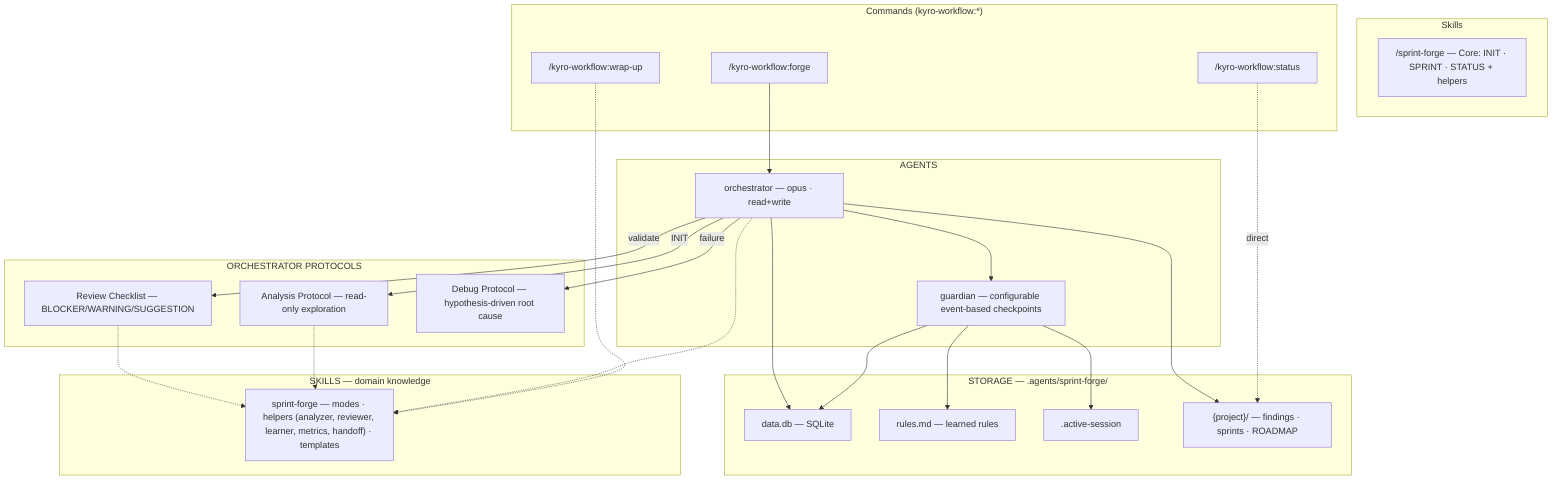
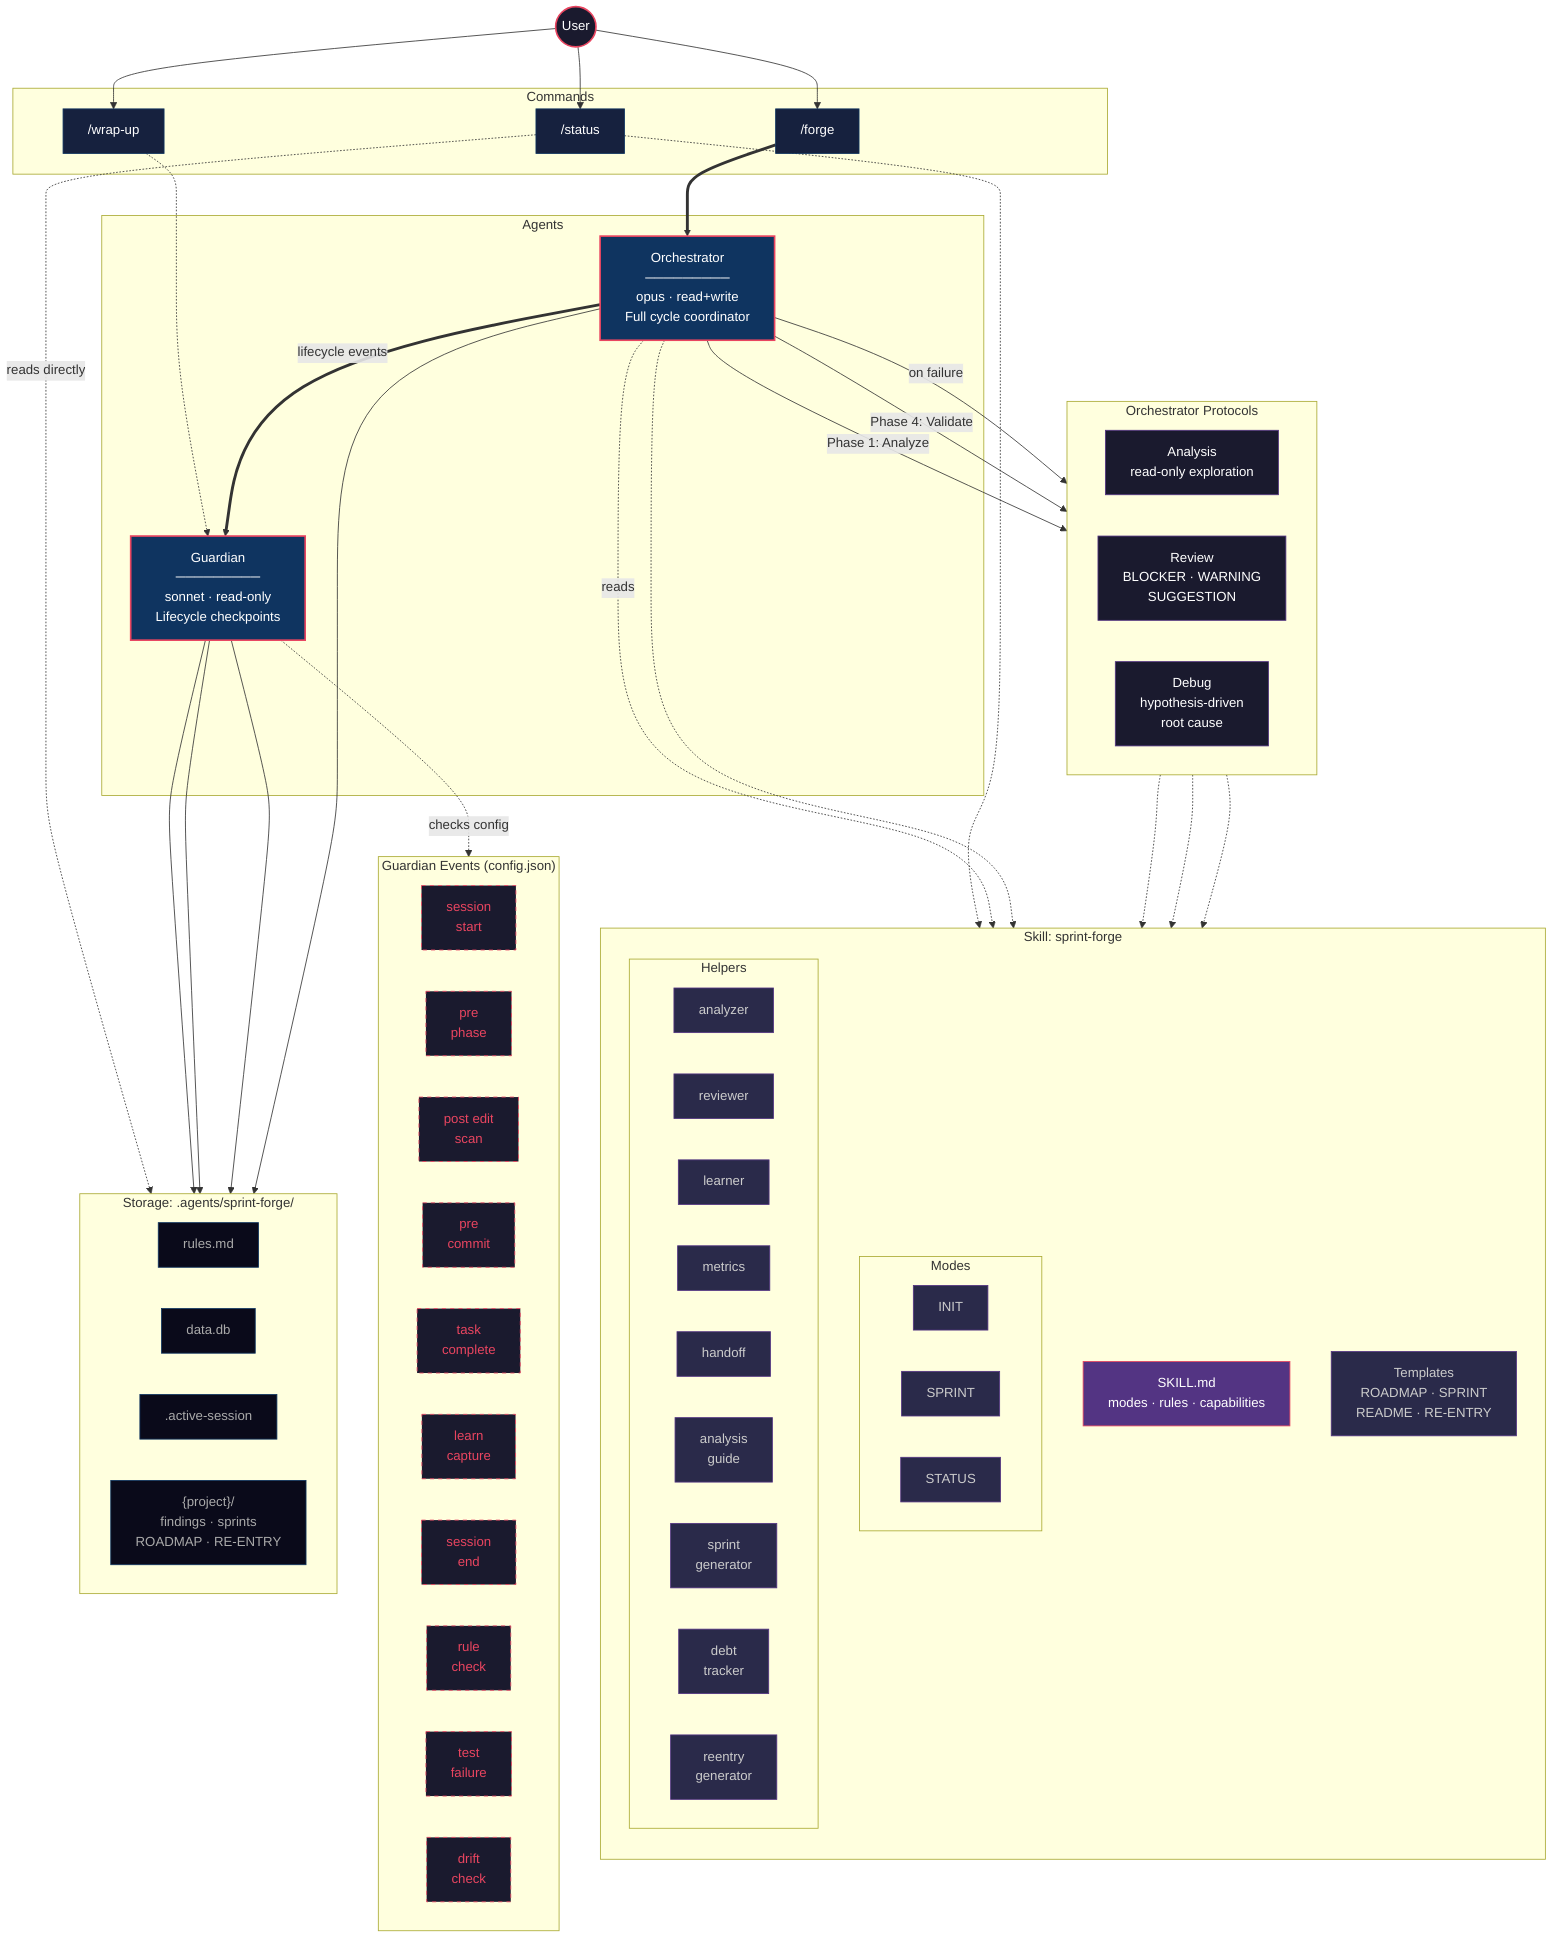
flowchart TD
-     subgraph SKILLS_ENTRY["Skills"]
-         SK1["/sprint-forge — Core: INIT · SPRINT · STATUS + helpers"]
+     classDef user fill:#1a1a2e,stroke:#e94560,color:#fff,stroke-width:2px
+     classDef cmd fill:#16213e,stroke:#0f3460,color:#fff
+     classDef agent fill:#0f3460,stroke:#e94560,color:#fff,stroke-width:2px
+     classDef protocol fill:#1a1a2e,stroke:#533483,color:#fff
+     classDef skill fill:#533483,stroke:#e94560,color:#fff
+     classDef helper fill:#2a2a4a,stroke:#533483,color:#ccc
+     classDef storage fill:#0a0a1a,stroke:#0f3460,color:#aaa
+     classDef config fill:#1a1a2e,stroke:#e94560,color:#e94560,stroke-dasharray: 5 5
+ 
+     USER(("User")):::user
+ 
+     subgraph COMMANDS["Commands"]
+         FORGE["/forge"]:::cmd
+         STATUS["/status"]:::cmd
+         WRAPUP["/wrap-up"]:::cmd
    end

-     subgraph COMMANDS_ENTRY["Commands (kyro-workflow:*)"]
-         CMD1["/kyro-workflow:forge"]
-         CMD2["/kyro-workflow:status"]
-         CMD3["/kyro-workflow:wrap-up"]
+     subgraph AGENTS["Agents"]
+         ORCH["Orchestrator\n─────────\nopus · read+write\nFull cycle coordinator"]:::agent
+         GUARD["Guardian\n─────────\nsonnet · read-only\nLifecycle checkpoints"]:::agent
    end

-     subgraph AGENTS["AGENTS"]
-         ORCH["orchestrator — opus · read+write"]
-         GUARDIAN["guardian — configurable event-based checkpoints"]
+     subgraph PROTOCOLS["Orchestrator Protocols"]
+         direction LR
+         P_ANALYSIS["Analysis\nread-only exploration"]:::protocol
+         P_REVIEW["Review\nBLOCKER · WARNING\nSUGGESTION"]:::protocol
+         P_DEBUG["Debug\nhypothesis-driven\nroot cause"]:::protocol
    end

-     subgraph PROTOCOLS["ORCHESTRATOR PROTOCOLS"]
-         ANALYSIS["Analysis Protocol — read-only exploration"]
-         REVIEW["Review Checklist — BLOCKER/WARNING/SUGGESTION"]
-         DEBUG["Debug Protocol — hypothesis-driven root cause"]
+     subgraph SKILL["Skill: sprint-forge"]
+         direction TB
+         SKILL_CORE["SKILL.md\nmodes · rules · capabilities"]:::skill
+ 
+         subgraph MODES["Modes"]
+             direction LR
+             M_INIT["INIT"]:::helper
+             M_SPRINT["SPRINT"]:::helper
+             M_STATUS["STATUS"]:::helper
+         end
+ 
+         subgraph HELPERS["Helpers"]
+             direction LR
+             H_ANALYZER["analyzer"]:::helper
+             H_REVIEWER["reviewer"]:::helper
+             H_LEARNER["learner"]:::helper
+             H_METRICS["metrics"]:::helper
+             H_HANDOFF["handoff"]:::helper
+             H_ANALYSIS["analysis\nguide"]:::helper
+             H_SPRINT["sprint\ngenerator"]:::helper
+             H_DEBT["debt\ntracker"]:::helper
+             H_REENTRY["reentry\ngenerator"]:::helper
+         end
+ 
+         TEMPLATES["Templates\nROADMAP · SPRINT\nREADME · RE-ENTRY"]:::helper
    end

-     subgraph KNOWLEDGE["SKILLS — domain knowledge"]
-         S_FORGE["sprint-forge — modes · helpers (analyzer, reviewer, learner, metrics, handoff) · templates"]
+     subgraph GUARDIAN_EVENTS["Guardian Events (config.json)"]
+         direction LR
+         E_START["session\nstart"]:::config
+         E_PHASE["pre\nphase"]:::config
+         E_EDIT["post edit\nscan"]:::config
+         E_COMMIT["pre\ncommit"]:::config
+         E_TASK["task\ncomplete"]:::config
+         E_LEARN["learn\ncapture"]:::config
+         E_END["session\nend"]:::config
+         E_RULE["rule\ncheck"]:::config
+         E_TEST["test\nfailure"]:::config
+         E_DRIFT["drift\ncheck"]:::config
    end

-     subgraph STORAGE["STORAGE — .agents/sprint-forge/"]
-         DB["data.db — SQLite"]
-         RULES["rules.md — learned rules"]
-         SESSION[".active-session"]
-         PROJ["{project}/ — findings · sprints · ROADMAP"]
+     subgraph STORAGE["Storage: .agents/sprint-forge/"]
+         direction LR
+         S_RULES["rules.md"]:::storage
+         S_DB["data.db"]:::storage
+         S_SESSION[".active-session"]:::storage
+         S_PROJ["{project}/\nfindings · sprints\nROADMAP · RE-ENTRY"]:::storage
    end

-     CMD1 --> ORCH
-     CMD2 -.->|direct| PROJ
-     CMD3 -.-> S_FORGE
+     %% User → Commands
+     USER --> FORGE
+     USER --> STATUS
+     USER --> WRAPUP

-     ORCH -->|INIT| ANALYSIS
-     ORCH -->|validate| REVIEW
-     ORCH -->|failure| DEBUG
+     %% Commands → Agents
+     FORGE ==> ORCH
+     STATUS -.->|reads directly| S_PROJ
+     STATUS -.-> SKILL_CORE
+     WRAPUP -.-> GUARD

-     ORCH -.-> S_FORGE
-     ORCH --> GUARDIAN
-     ANALYSIS -.-> S_FORGE
-     REVIEW -.-> S_FORGE
+     %% Orchestrator → Protocols
+     ORCH -->|"Phase 1: Analyze"| P_ANALYSIS
+     ORCH -->|"Phase 4: Validate"| P_REVIEW
+     ORCH -->|"on failure"| P_DEBUG

-     GUARDIAN --> RULES
-     GUARDIAN --> DB
-     GUARDIAN --> SESSION
-     ORCH --> PROJ
-     ORCH --> DB
+     %% Orchestrator → Guardian
+     ORCH ==>|"lifecycle events"| GUARD
+ 
+     %% Orchestrator → Skill
+     ORCH -.->|reads| SKILL_CORE
+ 
+     %% Protocols → Skill helpers
+     P_ANALYSIS -.-> H_ANALYZER
+     P_ANALYSIS -.-> H_ANALYSIS
+     P_REVIEW -.-> H_REVIEWER
+     ORCH -.-> H_LEARNER
+ 
+     %% Guardian → Storage
+     GUARD --> S_RULES
+     GUARD --> S_DB
+     GUARD --> S_SESSION
+ 
+     %% Guardian → Events
+     GUARD -.->|"checks config"| E_START
+ 
+     %% Orchestrator → Storage
+     ORCH --> S_PROJ
